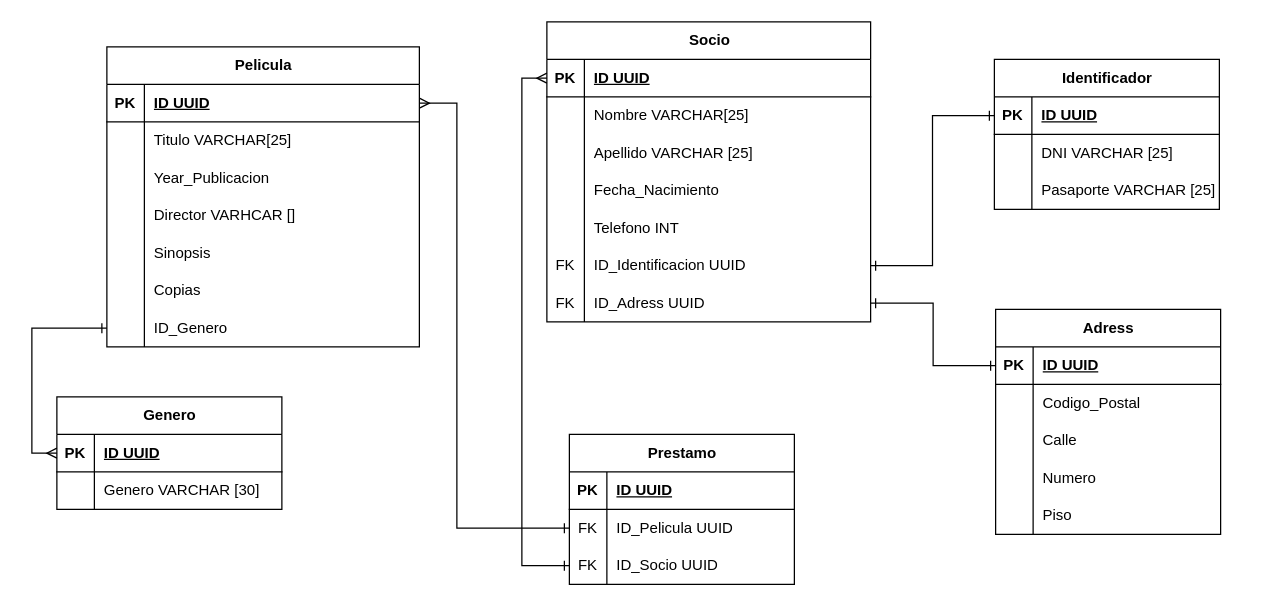
The draw.io diagram Diagrama-Practica-Modulo-SQL.drawio in Gaston-Herrlein/Practica-Modulo-SQL, before the edit. Source tidied: cells renumbered, new cells numbered last; positions are measured from the earlier drawing's top-left corner, leaving out a move shared by most shapes. Both pictures are drawn from the tidied source at 125%, with x=0, y=0 at pixel (56, 21).
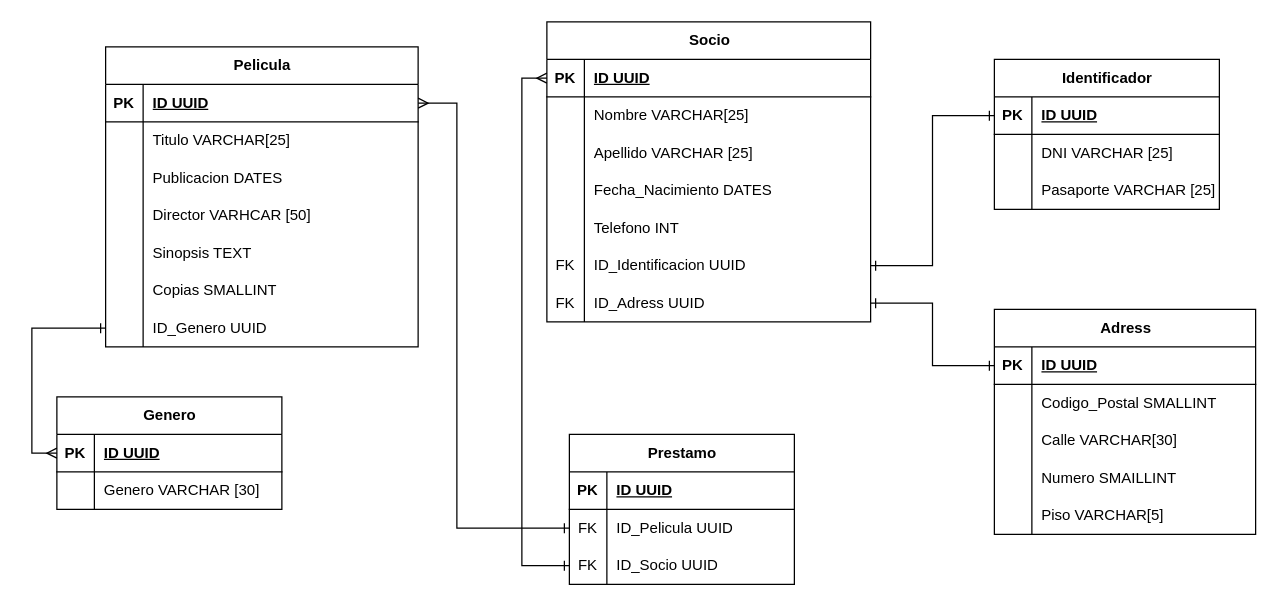
After the change.

Commit message:
fix: Se corrige diagrama UML :pencil2:

The change refers to these unchanged cells:
```xml
<mxCell id="12" style="shape=tableRow;horizontal=0;startSize=0;swimlaneHead=0;swimlaneBody=0;fillColor=none;top=0;left=0;right=0;bottom=0;" parent="2" vertex="1">
  <mxGeometry y="120" width="259" height="30" as="geometry" />
</mxCell>
<mxCell id="74" style="shape=tableRow;horizontal=0;startSize=0;swimlaneHead=0;swimlaneBody=0;fillColor=none;top=0;left=0;right=0;bottom=0;" parent="67" vertex="1">
  <mxGeometry y="90" width="250" height="30" as="geometry" />
</mxCell>
<mxCell id="77" style="shape=tableRow;horizontal=0;startSize=0;swimlaneHead=0;swimlaneBody=0;fillColor=none;top=0;left=0;right=0;bottom=0;" parent="67" vertex="1">
  <mxGeometry y="120" width="250" height="30" as="geometry" />
</mxCell>
<mxCell id="80" style="shape=tableRow;horizontal=0;startSize=0;swimlaneHead=0;swimlaneBody=0;fillColor=none;top=0;left=0;right=0;bottom=0;" parent="67" vertex="1">
  <mxGeometry y="150" width="250" height="30" as="geometry" />
</mxCell>
<mxCell id="83" style="shape=tableRow;horizontal=0;startSize=0;swimlaneHead=0;swimlaneBody=0;fillColor=none;top=0;left=0;right=0;bottom=0;" parent="67" vertex="1">
  <mxGeometry y="180" width="250" height="30" as="geometry" />
</mxCell>
<mxCell id="86" style="shape=tableRow;horizontal=0;startSize=0;swimlaneHead=0;swimlaneBody=0;fillColor=none;points=[[0,0.5],[1,0.5]];portConstraint=eastwest;top=0;left=0;right=0;bottom=0;" parent="67" vertex="1">
  <mxGeometry y="210" width="250" height="30" as="geometry" />
</mxCell>
```

The edit, as a diff of the source:
```diff
@@
-    <mxCell id="14" value="Fecha_Nacimiento" style="shape=partialRectangle;fillColor=none;top=0;left=0;bottom=0;right=0;align=left;spacingLeft=6;overflow=hidden;whiteSpace=wrap;html=1;" parent="12" vertex="1">
+    <mxCell id="14" value="Fecha_Nacimiento DATES" style="shape=partialRectangle;fillColor=none;top=0;left=0;bottom=0;right=0;align=left;spacingLeft=6;overflow=hidden;whiteSpace=wrap;html=1;" parent="12" vertex="1">
       <mxGeometry x="30" width="229" height="30" as="geometry" />
     </mxCell>
@@
     <mxCell id="51" value="Adress" style="shape=table;startSize=30;childLayout=tableLayout;rowLines=0;fontStyle=1;align=center;html=1;" parent="1" vertex="1">
-      <mxGeometry x="751" y="230" width="180" height="180" as="geometry" />
+      <mxGeometry x="750" y="230" width="209" height="180" as="geometry" />
     </mxCell>
     <mxCell id="52" style="shape=tableRow;horizontal=0;startSize=0;swimlaneHead=0;swimlaneBody=0;fillColor=none;points=[[0,0.5],[1,0.5]];portConstraint=eastwest;top=0;left=0;right=0;bottom=1;" parent="51" vertex="1">
-      <mxGeometry y="30" width="180" height="30" as="geometry" />
+      <mxGeometry y="30" width="209" height="30" as="geometry" />
     </mxCell>
@@
     <mxCell id="54" value="ID UUID" style="shape=partialRectangle;fillColor=none;top=0;left=0;bottom=0;right=0;align=left;spacingLeft=6;fontStyle=5;overflow=hidden;whiteSpace=wrap;html=1;" parent="52" vertex="1">
-      <mxGeometry x="30" width="150" height="30" as="geometry" />
+      <mxGeometry x="30" width="179" height="30" as="geometry" />
     </mxCell>
     <mxCell id="55" style="shape=tableRow;horizontal=0;startSize=0;swimlaneHead=0;swimlaneBody=0;fillColor=none;top=0;left=0;right=0;bottom=0;" parent="51" vertex="1">
-      <mxGeometry y="60" width="180" height="30" as="geometry" />
+      <mxGeometry y="60" width="209" height="30" as="geometry" />
     </mxCell>
@@
-    <mxCell id="57" value="Codigo_Postal" style="shape=partialRectangle;fillColor=none;top=0;left=0;bottom=0;right=0;align=left;spacingLeft=6;overflow=hidden;whiteSpace=wrap;html=1;" parent="55" vertex="1">
-      <mxGeometry x="30" width="150" height="30" as="geometry" />
+    <mxCell id="57" value="Codigo_Postal SMALLINT" style="shape=partialRectangle;fillColor=none;top=0;left=0;bottom=0;right=0;align=left;spacingLeft=6;overflow=hidden;whiteSpace=wrap;html=1;" parent="55" vertex="1">
+      <mxGeometry x="30" width="179" height="30" as="geometry" />
     </mxCell>
     <mxCell id="58" style="shape=tableRow;horizontal=0;startSize=0;swimlaneHead=0;swimlaneBody=0;fillColor=none;top=0;left=0;right=0;bottom=0;" parent="51" vertex="1">
-      <mxGeometry y="90" width="180" height="30" as="geometry" />
+      <mxGeometry y="90" width="209" height="30" as="geometry" />
     </mxCell>
@@
-    <mxCell id="60" value="Calle" style="shape=partialRectangle;fillColor=none;top=0;left=0;bottom=0;right=0;align=left;spacingLeft=6;overflow=hidden;whiteSpace=wrap;html=1;" parent="58" vertex="1">
-      <mxGeometry x="30" width="150" height="30" as="geometry" />
+    <mxCell id="60" value="Calle VARCHAR[30]" style="shape=partialRectangle;fillColor=none;top=0;left=0;bottom=0;right=0;align=left;spacingLeft=6;overflow=hidden;whiteSpace=wrap;html=1;" parent="58" vertex="1">
+      <mxGeometry x="30" width="179" height="30" as="geometry" />
     </mxCell>
     <mxCell id="61" style="shape=tableRow;horizontal=0;startSize=0;swimlaneHead=0;swimlaneBody=0;fillColor=none;top=0;left=0;right=0;bottom=0;" parent="51" vertex="1">
-      <mxGeometry y="120" width="180" height="30" as="geometry" />
+      <mxGeometry y="120" width="209" height="30" as="geometry" />
     </mxCell>
@@
-    <mxCell id="63" value="Numero" style="shape=partialRectangle;fillColor=none;top=0;left=0;bottom=0;right=0;align=left;spacingLeft=6;overflow=hidden;whiteSpace=wrap;html=1;" parent="61" vertex="1">
-      <mxGeometry x="30" width="150" height="30" as="geometry" />
+    <mxCell id="63" value="Numero SMAILLINT" style="shape=partialRectangle;fillColor=none;top=0;left=0;bottom=0;right=0;align=left;spacingLeft=6;overflow=hidden;whiteSpace=wrap;html=1;" parent="61" vertex="1">
+      <mxGeometry x="30" width="179" height="30" as="geometry" />
     </mxCell>
     <mxCell id="64" style="shape=tableRow;horizontal=0;startSize=0;swimlaneHead=0;swimlaneBody=0;fillColor=none;top=0;left=0;right=0;bottom=0;" parent="51" vertex="1">
-      <mxGeometry y="150" width="180" height="30" as="geometry" />
+      <mxGeometry y="150" width="209" height="30" as="geometry" />
     </mxCell>
@@
-    <mxCell id="66" value="Piso" style="shape=partialRectangle;fillColor=none;top=0;left=0;bottom=0;right=0;align=left;spacingLeft=6;overflow=hidden;whiteSpace=wrap;html=1;" parent="64" vertex="1">
-      <mxGeometry x="30" width="150" height="30" as="geometry" />
+    <mxCell id="66" value="Piso VARCHAR[5]" style="shape=partialRectangle;fillColor=none;top=0;left=0;bottom=0;right=0;align=left;spacingLeft=6;overflow=hidden;whiteSpace=wrap;html=1;" parent="64" vertex="1">
+      <mxGeometry x="30" width="179" height="30" as="geometry" />
     </mxCell>
     <mxCell id="67" value="Pelicula" style="shape=table;startSize=30;childLayout=tableLayout;rowLines=0;fontStyle=1;align=center;html=1;" parent="1" vertex="1">
-      <mxGeometry x="40" y="20" width="250" height="240" as="geometry" />
+      <mxGeometry x="39" y="20" width="250" height="240" as="geometry" />
     </mxCell>
@@
-    <mxCell id="76" value="Year_Publicacion" style="shape=partialRectangle;fillColor=none;top=0;left=0;bottom=0;right=0;align=left;spacingLeft=6;overflow=hidden;whiteSpace=wrap;html=1;" parent="74" vertex="1">
+    <mxCell id="76" value="Publicacion DATES" style="shape=partialRectangle;fillColor=none;top=0;left=0;bottom=0;right=0;align=left;spacingLeft=6;overflow=hidden;whiteSpace=wrap;html=1;" parent="74" vertex="1">
       <mxGeometry x="30" width="220" height="30" as="geometry" />
     </mxCell>
@@
-    <mxCell id="79" value="Director VARHCAR []" style="shape=partialRectangle;fillColor=none;top=0;left=0;bottom=0;right=0;align=left;spacingLeft=6;overflow=hidden;whiteSpace=wrap;html=1;" parent="77" vertex="1">
+    <mxCell id="79" value="Director VARHCAR [50]" style="shape=partialRectangle;fillColor=none;top=0;left=0;bottom=0;right=0;align=left;spacingLeft=6;overflow=hidden;whiteSpace=wrap;html=1;" parent="77" vertex="1">
       <mxGeometry x="30" width="220" height="30" as="geometry" />
     </mxCell>
@@
-    <mxCell id="82" value="Sinopsis" style="shape=partialRectangle;fillColor=none;top=0;left=0;bottom=0;right=0;align=left;spacingLeft=6;overflow=hidden;whiteSpace=wrap;html=1;" parent="80" vertex="1">
+    <mxCell id="82" value="Sinopsis TEXT" style="shape=partialRectangle;fillColor=none;top=0;left=0;bottom=0;right=0;align=left;spacingLeft=6;overflow=hidden;whiteSpace=wrap;html=1;" parent="80" vertex="1">
       <mxGeometry x="30" width="220" height="30" as="geometry" />
     </mxCell>
@@
-    <mxCell id="85" value="Copias" style="shape=partialRectangle;fillColor=none;top=0;left=0;bottom=0;right=0;align=left;spacingLeft=6;overflow=hidden;whiteSpace=wrap;html=1;" parent="83" vertex="1">
+    <mxCell id="85" value="Copias SMALLINT" style="shape=partialRectangle;fillColor=none;top=0;left=0;bottom=0;right=0;align=left;spacingLeft=6;overflow=hidden;whiteSpace=wrap;html=1;" parent="83" vertex="1">
       <mxGeometry x="30" width="220" height="30" as="geometry" />
     </mxCell>
@@
-    <mxCell id="88" value="ID_Genero" style="shape=partialRectangle;fillColor=none;top=0;left=0;bottom=0;right=0;align=left;spacingLeft=6;overflow=hidden;whiteSpace=wrap;html=1;" parent="86" vertex="1">
+    <mxCell id="88" value="ID_Genero UUID" style="shape=partialRectangle;fillColor=none;top=0;left=0;bottom=0;right=0;align=left;spacingLeft=6;overflow=hidden;whiteSpace=wrap;html=1;" parent="86" vertex="1">
       <mxGeometry x="30" width="220" height="30" as="geometry" />
     </mxCell>
```
